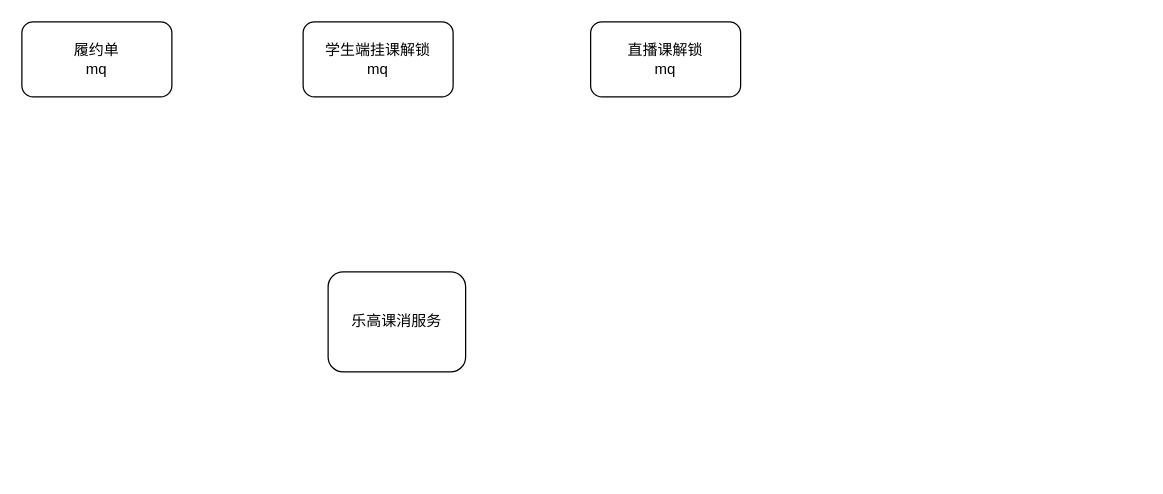
Earlier version of the draw.io diagram 课消.drawio (xiell2016/hetaoDesign). Source tidied: cells renumbered, new cells numbered last; positions are measured from the earlier drawing's top-left corner, leaving out a move shared by most shapes. Both pictures are drawn from the tidied source at 125%, with x=0, y=0 at pixel (21, 21).
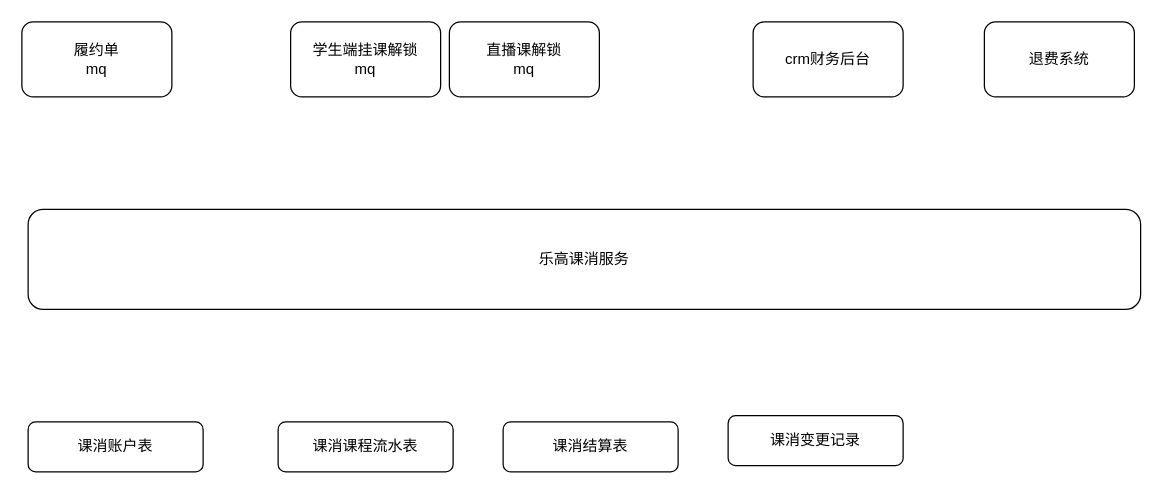
The same page after the edit.

Change to the diagram source:
```diff
@@
 <mxGraphModel>
   <root>
     <mxCell id="0" />
     <mxCell id="1" parent="0" />
     <mxCell id="2" value="履约单&lt;div&gt;mq&lt;/div&gt;" style="rounded=1;whiteSpace=wrap;html=1;" parent="1" vertex="1">
       <mxGeometry width="120" height="60" as="geometry" />
     </mxCell>
     <mxCell id="3" value="乐高课消服务" style="rounded=1;whiteSpace=wrap;html=1;" parent="1" vertex="1">
-      <mxGeometry x="245" y="200" width="110" height="80" as="geometry" />
+      <mxGeometry x="5" y="150" width="890" height="80" as="geometry" />
     </mxCell>
     <mxCell id="4" value="学生端挂课解锁&lt;br&gt;mq" style="rounded=1;whiteSpace=wrap;html=1;" parent="1" vertex="1">
-      <mxGeometry x="225" width="120" height="60" as="geometry" />
+      <mxGeometry x="215" width="120" height="60" as="geometry" />
     </mxCell>
     <mxCell id="5" value="直播课解锁&lt;br&gt;mq" style="rounded=1;whiteSpace=wrap;html=1;" parent="1" vertex="1">
-      <mxGeometry x="455" width="120" height="60" as="geometry" />
+      <mxGeometry x="342" width="120" height="60" as="geometry" />
     </mxCell>
+    <mxCell id="6" value="crm财务后台" style="rounded=1;whiteSpace=wrap;html=1;" parent="1" vertex="1">
+      <mxGeometry x="585" width="120" height="60" as="geometry" />
+    </mxCell>
+    <mxCell id="7" value="退费系统" style="rounded=1;whiteSpace=wrap;html=1;" parent="1" vertex="1">
+      <mxGeometry x="770" width="120" height="60" as="geometry" />
+    </mxCell>
+    <mxCell id="8" value="课消账户表" style="rounded=1;whiteSpace=wrap;html=1;" parent="1" vertex="1">
+      <mxGeometry x="5" y="320" width="140" height="40" as="geometry" />
+    </mxCell>
+    <mxCell id="9" value="课消课程流水表" style="rounded=1;whiteSpace=wrap;html=1;" parent="1" vertex="1">
+      <mxGeometry x="205" y="320" width="140" height="40" as="geometry" />
+    </mxCell>
+    <mxCell id="10" value="课消结算表" style="rounded=1;whiteSpace=wrap;html=1;" parent="1" vertex="1">
+      <mxGeometry x="385" y="320" width="140" height="40" as="geometry" />
+    </mxCell>
+    <mxCell id="11" value="课消变更记录" style="rounded=1;whiteSpace=wrap;html=1;" parent="1" vertex="1">
+      <mxGeometry x="565" y="315" width="140" height="40" as="geometry" />
+    </mxCell>
   </root>
 </mxGraphModel>
```
